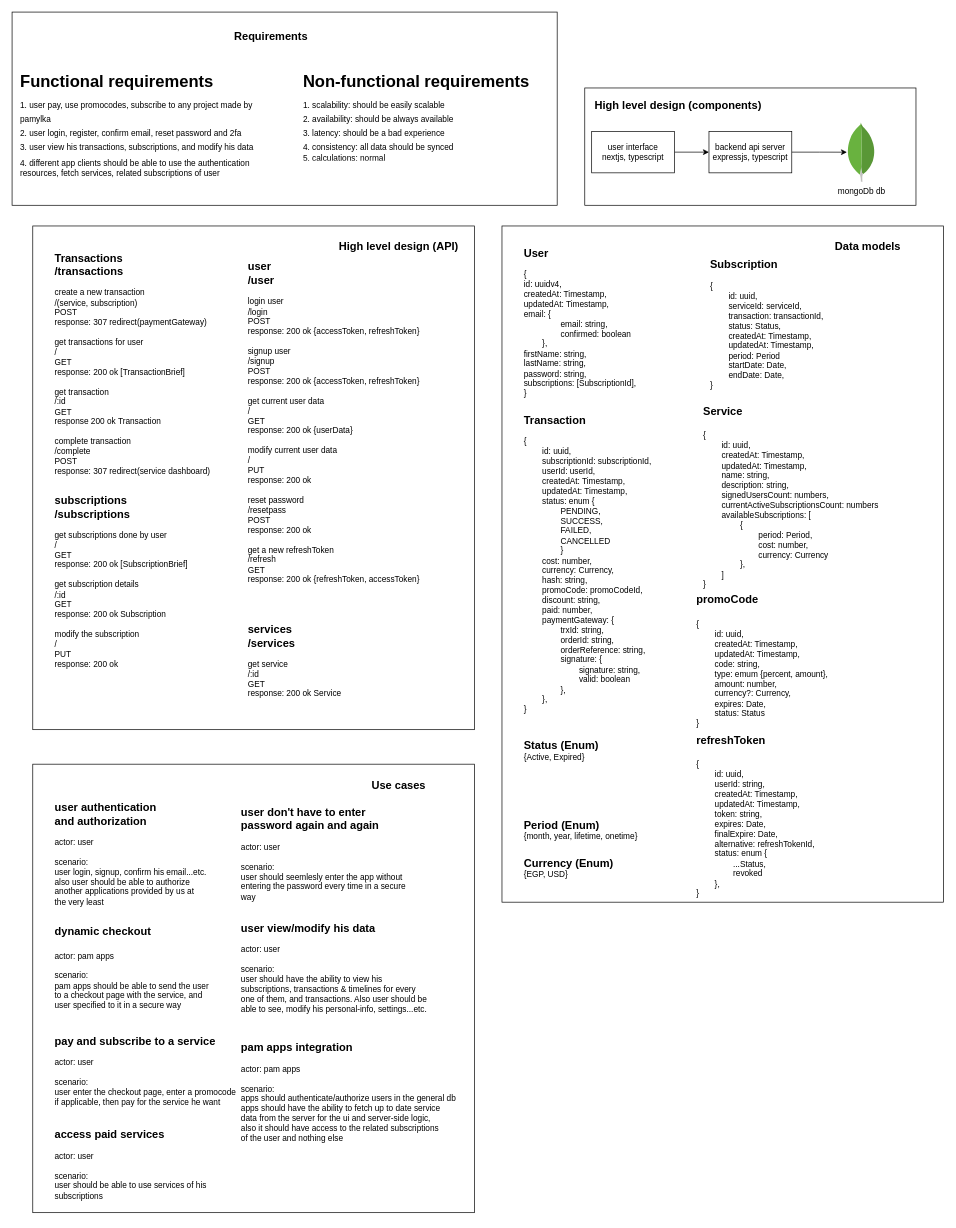
Above: pamylka - general.drawio in ahmed-elbehairy7/pamylka-system-design (draw.io), before the change. Source tidied: cells renumbered, new cells numbered last; positions are measured from the earlier drawing's top-left corner, leaving out a move shared by most shapes. Both pictures are drawn from the tidied source at 69%, with x=0, y=0 at pixel (12, 12).
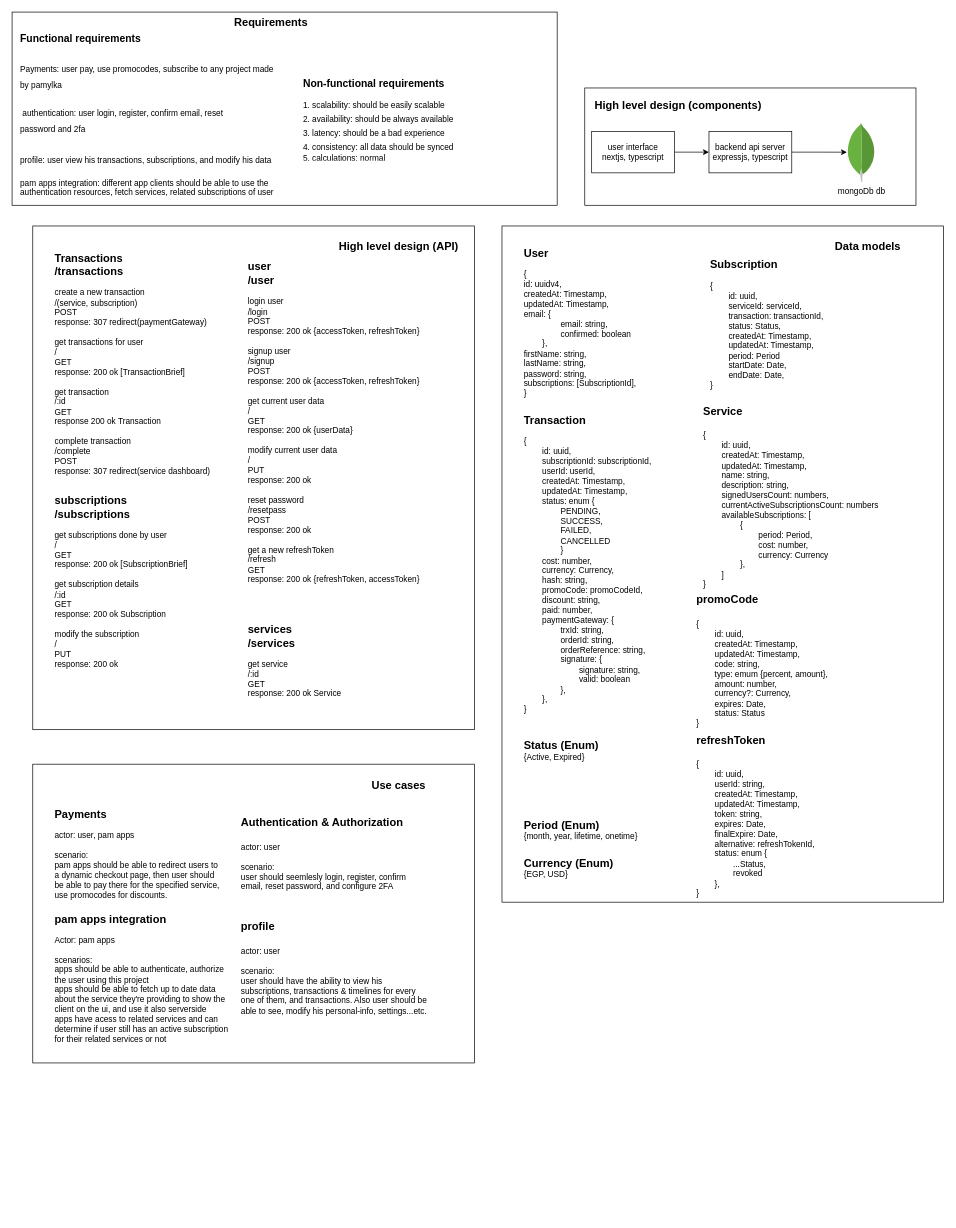
The same diagram, later.

Diff of the diagram source:
```diff
@@
     <mxCell id="17" style="group;" parent="1" vertex="1">
-      <mxGeometry width="790" height="280" as="geometry" />
+      <mxGeometry width="790" height="290" as="geometry" />
     </mxCell>
@@
-    <mxCell id="19" value="&lt;h1 style=&quot;margin-top: 0px;&quot;&gt;&lt;span style=&quot;background-color: transparent; color: light-dark(rgb(0, 0, 0), rgb(255, 255, 255));&quot;&gt;Functional requirements&lt;/span&gt;&lt;/h1&gt;&lt;h1 style=&quot;margin-top: 0px; line-height: 0%;&quot;&gt;&lt;span style=&quot;font-size: 12px; font-weight: 400;&quot;&gt;1. user pay, use promocodes, subscribe to any project made by&amp;nbsp;&lt;/span&gt;&lt;/h1&gt;&lt;h1 style=&quot;margin-top: 0px; line-height: 0%;&quot;&gt;&lt;span style=&quot;font-size: 12px; font-weight: 400;&quot;&gt;pamylka&lt;/span&gt;&lt;/h1&gt;&lt;h1 style=&quot;margin-top: 0px; line-height: 0%;&quot;&gt;&lt;span style=&quot;font-size: 12px; font-weight: 400; background-color: transparent; color: light-dark(rgb(0, 0, 0), rgb(255, 255, 255));&quot;&gt;2. user login, register, confirm email, reset password and 2fa&lt;/span&gt;&lt;/h1&gt;&lt;h1 style=&quot;margin-top: 0px; line-height: 0%;&quot;&gt;&lt;span style=&quot;font-size: 12px; font-weight: 400; background-color: transparent; color: light-dark(rgb(0, 0, 0), rgb(255, 255, 255));&quot;&gt;3. user view his transactions, subscriptions, and modify his data&lt;/span&gt;&lt;/h1&gt;&lt;div&gt;&lt;span style=&quot;background-color: transparent; color: light-dark(rgb(0, 0, 0), rgb(255, 255, 255));&quot;&gt;4. different app clients should be able to use the authentication&lt;/span&gt;&lt;/div&gt;&lt;div&gt;&lt;span style=&quot;font-size: 12px; font-weight: 400; background-color: transparent; color: light-dark(rgb(0, 0, 0), rgb(255, 255, 255));&quot;&gt;resources, fetch services, related subscriptions of user&lt;/span&gt;&lt;/div&gt;" style="text;html=1;whiteSpace=wrap;overflow=hidden;rounded=0;" parent="17" vertex="1">
-      <mxGeometry x="10" y="80" width="370" height="170" as="geometry" />
+    <mxCell id="19" value="&lt;h1 style=&quot;margin-top: 0px;&quot;&gt;&lt;span style=&quot;background-color: transparent; color: light-dark(rgb(0, 0, 0), rgb(255, 255, 255));&quot;&gt;&lt;font style=&quot;font-size: 15px;&quot;&gt;Functional requirements&lt;/font&gt;&lt;/span&gt;&lt;/h1&gt;&lt;h1 style=&quot;margin-top: 0px; line-height: 100%;&quot;&gt;&lt;span style=&quot;font-size: 12px; font-weight: 400; line-height: 100%;&quot;&gt;Payments: user pay, use promocodes, subscribe to any project&amp;nbsp;&lt;/span&gt;&lt;span style=&quot;background-color: transparent; color: light-dark(rgb(0, 0, 0), rgb(255, 255, 255)); font-size: 12px; font-weight: 400; line-height: 100%;&quot;&gt;made by&amp;nbsp;&lt;/span&gt;&lt;span style=&quot;background-color: transparent; color: light-dark(rgb(0, 0, 0), rgb(255, 255, 255)); font-size: 12px; font-weight: 400; line-height: 100%;&quot;&gt;pamylka&lt;/span&gt;&lt;/h1&gt;&lt;h1 style=&quot;margin-top: 0px; line-height: 100%;&quot;&gt;&lt;span style=&quot;font-size: 12px; font-weight: 400; background-color: transparent; color: light-dark(rgb(0, 0, 0), rgb(255, 255, 255)); line-height: 100%;&quot;&gt;&amp;nbsp;authentication: user login, register, confirm email, reset password&amp;nbsp;&lt;/span&gt;&lt;span style=&quot;background-color: transparent; color: light-dark(rgb(0, 0, 0), rgb(255, 255, 255)); font-size: 12px; font-weight: 400;&quot;&gt;and 2fa&lt;/span&gt;&lt;/h1&gt;&lt;h1 style=&quot;margin-top: 0px; line-height: 100%;&quot;&gt;&lt;span style=&quot;font-size: 12px; font-weight: 400; background-color: transparent; color: light-dark(rgb(0, 0, 0), rgb(255, 255, 255)); line-height: 100%;&quot;&gt;profile: user view his transactions, subscriptions, and modify his&amp;nbsp;&lt;/span&gt;&lt;span style=&quot;background-color: transparent; color: light-dark(rgb(0, 0, 0), rgb(255, 255, 255)); font-size: 12px; font-weight: 400;&quot;&gt;data&lt;/span&gt;&lt;/h1&gt;&lt;div style=&quot;line-height: 100%;&quot;&gt;&lt;span style=&quot;background-color: transparent; color: light-dark(rgb(0, 0, 0), rgb(255, 255, 255));&quot;&gt;pam apps integration: different app clients should be able to use the authentication&amp;nbsp;&lt;/span&gt;&lt;span style=&quot;background-color: transparent; color: light-dark(rgb(0, 0, 0), rgb(255, 255, 255));&quot;&gt;resources, fetch services, related subscriptions of user&lt;/span&gt;&lt;/div&gt;" style="text;html=1;whiteSpace=wrap;overflow=hidden;rounded=0;" parent="17" vertex="1">
+      <mxGeometry x="10" y="15" width="370" height="260" as="geometry" />
     </mxCell>
-    <mxCell id="20" value="&lt;h1 style=&quot;margin-top: 0px;&quot;&gt;&lt;span style=&quot;background-color: transparent; color: light-dark(rgb(0, 0, 0), rgb(255, 255, 255));&quot;&gt;Non-functional requirements&lt;/span&gt;&lt;/h1&gt;&lt;h1 style=&quot;margin-top: 0px; line-height: 0%;&quot;&gt;&lt;span style=&quot;font-size: 12px; font-weight: 400;&quot;&gt;1. scalability: should be easily scalable&lt;/span&gt;&lt;/h1&gt;&lt;h1 style=&quot;margin-top: 0px; line-height: 0%;&quot;&gt;&lt;span style=&quot;background-color: transparent; color: light-dark(rgb(0, 0, 0), rgb(255, 255, 255)); font-size: 12px; font-weight: 400;&quot;&gt;2. availability: should be always available&lt;/span&gt;&lt;/h1&gt;&lt;h1 style=&quot;margin-top: 0px; line-height: 0%;&quot;&gt;&lt;span style=&quot;background-color: transparent; color: light-dark(rgb(0, 0, 0), rgb(255, 255, 255)); font-size: 12px; font-weight: 400;&quot;&gt;3. latency: should be a bad experience&lt;/span&gt;&lt;/h1&gt;&lt;h1 style=&quot;margin-top: 0px; line-height: 0%;&quot;&gt;&lt;span style=&quot;background-color: transparent; color: light-dark(rgb(0, 0, 0), rgb(255, 255, 255)); font-size: 12px; font-weight: normal;&quot;&gt;4. consistency: all data should be synced&lt;/span&gt;&lt;/h1&gt;&lt;div style=&quot;line-height: 0%;&quot;&gt;&lt;span style=&quot;background-color: transparent; color: light-dark(rgb(0, 0, 0), rgb(255, 255, 255));&quot;&gt;5. calculations: normal&lt;/span&gt;&lt;/div&gt;" style="text;html=1;whiteSpace=wrap;overflow=hidden;rounded=0;" parent="17" vertex="1">
+    <mxCell id="20" value="&lt;h1 style=&quot;margin-top: 0px;&quot;&gt;&lt;span style=&quot;background-color: transparent; color: light-dark(rgb(0, 0, 0), rgb(255, 255, 255));&quot;&gt;&lt;font style=&quot;font-size: 15px;&quot;&gt;Non-functional requirements&lt;/font&gt;&lt;/span&gt;&lt;/h1&gt;&lt;h1 style=&quot;margin-top: 0px; line-height: 0%;&quot;&gt;&lt;span style=&quot;font-size: 12px; font-weight: 400;&quot;&gt;1. scalability: should be easily scalable&lt;/span&gt;&lt;/h1&gt;&lt;h1 style=&quot;margin-top: 0px; line-height: 0%;&quot;&gt;&lt;span style=&quot;background-color: transparent; color: light-dark(rgb(0, 0, 0), rgb(255, 255, 255)); font-size: 12px; font-weight: 400;&quot;&gt;2. availability: should be always available&lt;/span&gt;&lt;/h1&gt;&lt;h1 style=&quot;margin-top: 0px; line-height: 0%;&quot;&gt;&lt;span style=&quot;background-color: transparent; color: light-dark(rgb(0, 0, 0), rgb(255, 255, 255)); font-size: 12px; font-weight: 400;&quot;&gt;3. latency: should be a bad experience&lt;/span&gt;&lt;/h1&gt;&lt;h1 style=&quot;margin-top: 0px; line-height: 0%;&quot;&gt;&lt;span style=&quot;background-color: transparent; color: light-dark(rgb(0, 0, 0), rgb(255, 255, 255)); font-size: 12px; font-weight: normal;&quot;&gt;4. consistency: all data should be synced&lt;/span&gt;&lt;/h1&gt;&lt;div style=&quot;line-height: 0%;&quot;&gt;&lt;span style=&quot;background-color: transparent; color: light-dark(rgb(0, 0, 0), rgb(255, 255, 255));&quot;&gt;5. calculations: normal&lt;/span&gt;&lt;/div&gt;" style="text;html=1;whiteSpace=wrap;overflow=hidden;rounded=0;" parent="17" vertex="1">
       <mxGeometry x="420" y="80" width="350" height="150" as="geometry" />
     </mxCell>
     <mxCell id="21" value="&lt;font style=&quot;font-size: 16px;&quot;&gt;&lt;b&gt;Requirements&lt;/b&gt;&lt;/font&gt;" style="text;html=1;align=center;verticalAlign=middle;strokeColor=none;fillColor=none;" parent="17" vertex="1">
-      <mxGeometry x="310" y="20" width="130" height="30" as="geometry" />
+      <mxGeometry x="310" width="130" height="30" as="geometry" />
     </mxCell>
@@
     <mxCell id="34" style="group;" parent="1" vertex="1">
-      <mxGeometry x="30" y="1090" width="640" height="654" as="geometry" />
+      <mxGeometry x="30" y="1090" width="640" height="433" as="geometry" />
     </mxCell>
     <mxCell id="35" style="whiteSpace=wrap;html=1;fontSize=11;" parent="34" vertex="1">
-      <mxGeometry width="640" height="650" as="geometry" />
+      <mxGeometry width="640" height="433" as="geometry" />
     </mxCell>
-    <mxCell id="36" value="&lt;div&gt;&lt;span style=&quot;font-size: 16px;&quot;&gt;&lt;b&gt;user authentication&amp;nbsp;&lt;/b&gt;&lt;/span&gt;&lt;/div&gt;&lt;div&gt;&lt;span style=&quot;font-size: 16px;&quot;&gt;&lt;b&gt;and authorization&lt;/b&gt;&lt;/span&gt;&lt;/div&gt;&lt;div&gt;&lt;br&gt;&lt;/div&gt;&lt;div&gt;actor: user&lt;/div&gt;&lt;div&gt;&lt;br&gt;&lt;/div&gt;&lt;div&gt;scenario:&lt;/div&gt;&lt;div&gt;user login, signup, confirm his email...etc.&lt;/div&gt;&lt;div&gt;also user should be able to authorize&amp;nbsp;&lt;/div&gt;&lt;div&gt;another applications provided by us at&lt;/div&gt;&lt;div&gt;the very least&lt;/div&gt;" style="text;html=1;align=left;verticalAlign=middle;strokeColor=none;fillColor=none;" parent="34" vertex="1">
-      <mxGeometry x="30" y="45" width="240" height="170" as="geometry" />
+    <mxCell id="36" value="&lt;div&gt;&lt;b style=&quot;font-size: 16px; background-color: transparent; color: light-dark(rgb(0, 0, 0), rgb(255, 255, 255));&quot;&gt;Payments&lt;/b&gt;&lt;/div&gt;&lt;div&gt;&lt;br&gt;&lt;/div&gt;&lt;div&gt;actor: user, pam apps&lt;/div&gt;&lt;div&gt;&lt;br&gt;&lt;/div&gt;&lt;div&gt;scenario:&lt;/div&gt;&lt;div&gt;pam apps should be able to redirect users to&lt;/div&gt;&lt;div&gt;a dynamic checkout page, then user should&amp;nbsp;&lt;/div&gt;&lt;div&gt;be able to pay there for the specified service,&amp;nbsp;&lt;/div&gt;&lt;div&gt;use promocodes for&amp;nbsp;&lt;span style=&quot;background-color: transparent; color: light-dark(rgb(0, 0, 0), rgb(255, 255, 255));&quot;&gt;discounts.&lt;/span&gt;&lt;/div&gt;" style="text;html=1;align=left;verticalAlign=middle;strokeColor=none;fillColor=none;" parent="34" vertex="1">
+      <mxGeometry x="30" y="55" width="270" height="150" as="geometry" />
     </mxCell>
-    <mxCell id="37" value="&lt;div&gt;&lt;span style=&quot;font-size: 16px;&quot;&gt;&lt;b&gt;dynamic checkout&lt;/b&gt;&lt;/span&gt;&lt;/div&gt;&lt;div&gt;&lt;span style=&quot;font-size: 16px;&quot;&gt;&lt;b&gt;&lt;br&gt;&lt;/b&gt;&lt;/span&gt;&lt;/div&gt;&lt;div&gt;actor: pam apps&lt;/div&gt;&lt;div&gt;&lt;br&gt;&lt;/div&gt;&lt;div&gt;scenario:&lt;/div&gt;&lt;div&gt;pam apps should be able to send the user&amp;nbsp;&lt;/div&gt;&lt;div&gt;to a&amp;nbsp;&lt;span style=&quot;background-color: transparent; color: light-dark(rgb(0, 0, 0), rgb(255, 255, 255));&quot;&gt;checkout page with the service, and&amp;nbsp;&lt;/span&gt;&lt;/div&gt;&lt;div&gt;&lt;span style=&quot;background-color: transparent; color: light-dark(rgb(0, 0, 0), rgb(255, 255, 255));&quot;&gt;user specified to it in a secure way&lt;/span&gt;&lt;/div&gt;" style="text;html=1;align=left;verticalAlign=middle;strokeColor=none;fillColor=none;" parent="34" vertex="1">
-      <mxGeometry x="30" y="225" width="250" height="140" as="geometry" />
-    </mxCell>
@@
-    <mxCell id="39" value="&lt;div&gt;&lt;span style=&quot;font-size: 16px;&quot;&gt;&lt;b&gt;pay and subscribe to a service&lt;/b&gt;&lt;/span&gt;&lt;/div&gt;&lt;div&gt;&lt;br&gt;&lt;/div&gt;&lt;div&gt;actor: user&lt;/div&gt;&lt;div&gt;&lt;br&gt;&lt;/div&gt;&lt;div&gt;scenario:&lt;/div&gt;&lt;div&gt;user enter the checkout page, enter a promocode&lt;/div&gt;&lt;div&gt;if applicable, then pay for the service he want&lt;/div&gt;" style="text;html=1;align=left;verticalAlign=middle;strokeColor=none;fillColor=none;" parent="34" vertex="1">
-      <mxGeometry x="30" y="385" width="290" height="120" as="geometry" />
-    </mxCell>
-    <mxCell id="40" value="&lt;div&gt;&lt;span style=&quot;font-size: 16px;&quot;&gt;&lt;b&gt;access paid services&lt;/b&gt;&lt;/span&gt;&lt;/div&gt;&lt;div&gt;&lt;br&gt;&lt;/div&gt;&lt;div&gt;actor: user&lt;/div&gt;&lt;div&gt;&lt;br&gt;&lt;/div&gt;&lt;div&gt;scenario:&lt;/div&gt;&lt;div&gt;user should be able to use services of his&lt;/div&gt;&lt;div&gt;subscriptions&lt;/div&gt;" style="text;html=1;align=left;verticalAlign=middle;strokeColor=none;fillColor=none;" parent="34" vertex="1">
-      <mxGeometry x="30" y="520" width="240" height="120" as="geometry" />
+    <mxCell id="40" value="&lt;div&gt;&lt;span style=&quot;font-size: 16px;&quot;&gt;&lt;b&gt;pam apps integration&lt;/b&gt;&lt;/span&gt;&lt;/div&gt;&lt;div&gt;&lt;br&gt;&lt;/div&gt;&lt;div&gt;Actor: pam apps&lt;/div&gt;&lt;div&gt;&lt;br&gt;&lt;/div&gt;&lt;div&gt;&lt;span style=&quot;background-color: transparent; color: light-dark(rgb(0, 0, 0), rgb(255, 255, 255));&quot;&gt;scenarios:&lt;/span&gt;&lt;/div&gt;&lt;div&gt;&lt;span style=&quot;background-color: transparent; color: light-dark(rgb(0, 0, 0), rgb(255, 255, 255));&quot;&gt;apps should be able to authenticate, authorize&lt;/span&gt;&lt;/div&gt;&lt;div&gt;the user using this project&lt;/div&gt;&lt;div&gt;apps should be able to fetch up to date data&amp;nbsp;&lt;/div&gt;&lt;div&gt;about the service they're providing to show the&amp;nbsp;&lt;/div&gt;&lt;div&gt;client on the ui, and use it also serverside&lt;/div&gt;&lt;div&gt;apps have acess to related services and can&lt;/div&gt;&lt;div&gt;determine if user still has an active subscription&lt;/div&gt;&lt;div&gt;for their related services or not&lt;/div&gt;" style="text;html=1;align=left;verticalAlign=middle;strokeColor=none;fillColor=none;" parent="34" vertex="1">
+      <mxGeometry x="30" y="205" width="270" height="210" as="geometry" />
     </mxCell>
-    <mxCell id="41" value="&lt;div&gt;&lt;span style=&quot;font-size: 16px;&quot;&gt;&lt;b&gt;user don't have to enter&amp;nbsp;&lt;/b&gt;&lt;/span&gt;&lt;/div&gt;&lt;div&gt;&lt;span style=&quot;font-size: 16px;&quot;&gt;&lt;b&gt;password again and again&lt;/b&gt;&lt;/span&gt;&lt;/div&gt;&lt;div&gt;&lt;br&gt;&lt;/div&gt;&lt;div&gt;actor: user&lt;/div&gt;&lt;div&gt;&lt;br&gt;&lt;/div&gt;&lt;div&gt;scenario:&lt;/div&gt;&lt;div&gt;user should seemlesly enter the app without&lt;/div&gt;&lt;div&gt;entering the password every time in a secure&lt;/div&gt;&lt;div&gt;way&lt;/div&gt;" style="text;html=1;align=left;verticalAlign=middle;strokeColor=none;fillColor=none;" parent="34" vertex="1">
-      <mxGeometry x="300" y="55" width="260" height="150" as="geometry" />
+    <mxCell id="41" value="&lt;div&gt;&lt;span style=&quot;font-size: 16px;&quot;&gt;&lt;b&gt;Authentication &amp;amp; Authorization&lt;/b&gt;&lt;/span&gt;&lt;/div&gt;&lt;div&gt;&lt;span style=&quot;font-size: 16px;&quot;&gt;&lt;b&gt;&lt;br&gt;&lt;/b&gt;&lt;/span&gt;&lt;/div&gt;&lt;div&gt;actor: user&lt;/div&gt;&lt;div&gt;&lt;br&gt;&lt;/div&gt;&lt;div&gt;scenario:&lt;/div&gt;&lt;div&gt;user should seemlesly login, register, confirm&lt;/div&gt;&lt;div&gt;email, reset password, and configure 2FA&lt;/div&gt;" style="text;html=1;align=left;verticalAlign=middle;strokeColor=none;fillColor=none;" parent="34" vertex="1">
+      <mxGeometry x="300" y="70" width="260" height="120" as="geometry" />
     </mxCell>
-    <mxCell id="42" value="&lt;div&gt;&lt;span style=&quot;font-size: 16px;&quot;&gt;&lt;b&gt;user view/modify his data&amp;nbsp;&lt;/b&gt;&lt;/span&gt;&lt;/div&gt;&lt;div&gt;&lt;br&gt;&lt;/div&gt;&lt;div&gt;actor: user&lt;/div&gt;&lt;div&gt;&lt;br&gt;&lt;/div&gt;&lt;div&gt;scenario:&lt;/div&gt;&lt;div&gt;user should have the ability to view his&amp;nbsp;&lt;/div&gt;&lt;div&gt;subscriptions, transactions &amp;amp; timelines for every&amp;nbsp;&lt;/div&gt;&lt;div&gt;one of them, and transactions. Also user should be&lt;/div&gt;&lt;div&gt;able to see, modify his personal-info, settings...etc.&lt;/div&gt;" style="text;html=1;align=left;verticalAlign=middle;strokeColor=none;fillColor=none;" parent="34" vertex="1">
+    <mxCell id="42" value="&lt;div&gt;&lt;span style=&quot;font-size: 16px;&quot;&gt;&lt;b&gt;profile&lt;/b&gt;&lt;/span&gt;&lt;/div&gt;&lt;div&gt;&lt;span style=&quot;font-size: 16px;&quot;&gt;&lt;b&gt;&lt;br&gt;&lt;/b&gt;&lt;/span&gt;&lt;/div&gt;&lt;div&gt;actor: user&lt;/div&gt;&lt;div&gt;&lt;br&gt;&lt;/div&gt;&lt;div&gt;scenario:&lt;/div&gt;&lt;div&gt;user should have the ability to view his&amp;nbsp;&lt;/div&gt;&lt;div&gt;subscriptions, transactions &amp;amp; timelines for every&amp;nbsp;&lt;/div&gt;&lt;div&gt;one of them, and transactions. Also user should be&lt;/div&gt;&lt;div&gt;able to see, modify his personal-info, settings...etc.&lt;/div&gt;" style="text;html=1;align=left;verticalAlign=middle;strokeColor=none;fillColor=none;" parent="34" vertex="1">
       <mxGeometry x="300" y="220" width="290" height="150" as="geometry" />
     </mxCell>
-    <mxCell id="43" value="&lt;div&gt;&lt;span style=&quot;font-size: 16px;&quot;&gt;&lt;b&gt;pam apps integration&lt;/b&gt;&lt;/span&gt;&lt;/div&gt;&lt;div&gt;&lt;br&gt;&lt;/div&gt;&lt;div&gt;actor: pam apps&lt;/div&gt;&lt;div&gt;&lt;br&gt;&lt;/div&gt;&lt;div&gt;scenario:&lt;/div&gt;&lt;div&gt;apps should authenticate/authorize users in the general db&amp;nbsp;&lt;/div&gt;&lt;div&gt;apps should have the ability to fetch up to date service&lt;/div&gt;&lt;div&gt;data from the server for the ui and server-side logic,&lt;/div&gt;&lt;div&gt;also it should have access to the related subscriptions&amp;nbsp;&lt;/div&gt;&lt;div&gt;of the user and&amp;nbsp;&lt;span style=&quot;background-color: transparent; color: light-dark(rgb(0, 0, 0), rgb(255, 255, 255));&quot;&gt;nothing else&lt;/span&gt;&lt;/div&gt;" style="text;html=1;align=left;verticalAlign=middle;strokeColor=none;fillColor=none;" parent="34" vertex="1">
-      <mxGeometry x="300" y="395" width="340" height="160" as="geometry" />
-    </mxCell>
```
